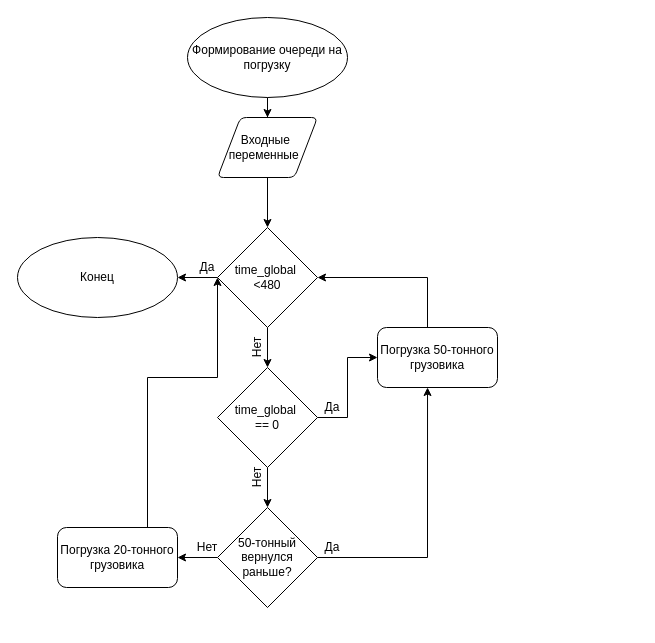
This is Untitled Diagram.drawio from monsegard/praktik, a draw.io file, before an edit. Source tidied: cells renumbered, new cells numbered last; positions are measured from the earlier drawing's top-left corner, leaving out a move shared by most shapes. Both pictures are drawn from the tidied source at 100%, with x=0, y=0 at pixel (17, 17).
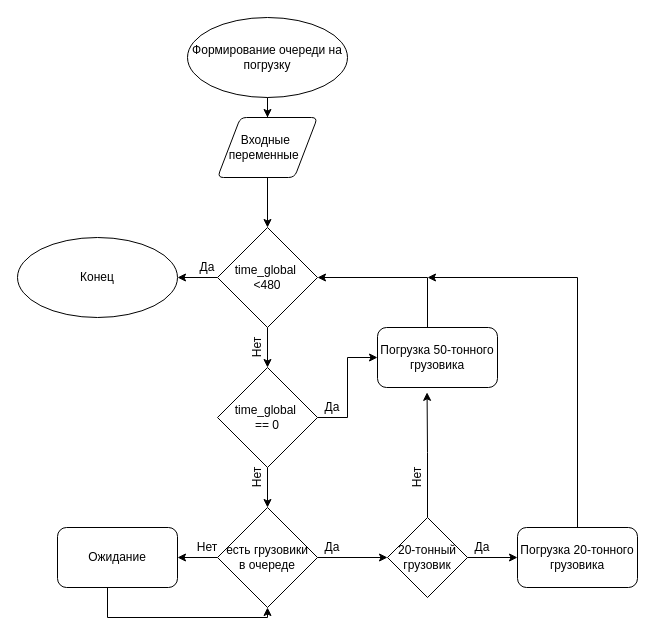
The same page after the edit.

Unchanged cells that the change refers to:
```xml
<mxCell id="9" value="Да" style="text;html=1;strokeColor=none;fillColor=none;align=center;verticalAlign=middle;whiteSpace=wrap;rounded=0;" parent="1" vertex="1">
  <mxGeometry x="170" y="240" width="40" height="20" as="geometry" />
</mxCell>
<mxCell id="15" value="Погрузка 50-тонного грузовика" style="rounded=1;whiteSpace=wrap;html=1;" parent="1" vertex="1">
  <mxGeometry x="360" y="310" width="120" height="60" as="geometry" />
</mxCell>
```

What changed in the source:
```diff
@@
-    <mxCell id="18" style="edgeStyle=orthogonalEdgeStyle;rounded=0;jettySize=auto;html=1;entryX=0.417;entryY=1;entryDx=0;entryDy=0;entryPerimeter=0;" parent="1" edge="1" source="20" target="15">
-      <mxGeometry relative="1" as="geometry" />
-    </mxCell>
@@
+    <mxCell id="26" style="edgeStyle=orthogonalEdgeStyle;rounded=0;jettySize=auto;html=1;entryX=0;entryY=0.5;entryDx=0;entryDy=0;" parent="1" edge="1" source="20" target="30">
+      <mxGeometry relative="1" as="geometry" />
+    </mxCell>
-    <mxCell id="20" value="50-тонный вернулся раньше?" style="strokeWidth=1;html=1;shape=mxgraph.flowchart.decision;whiteSpace=wrap;shadow=0;sketch=0;" parent="1" vertex="1">
+    <mxCell id="20" value="есть грузовики&lt;br&gt;в очереде" style="strokeWidth=1;html=1;shape=mxgraph.flowchart.decision;whiteSpace=wrap;shadow=0;sketch=0;" parent="1" vertex="1">
       <mxGeometry x="200" y="490" width="100" height="100" as="geometry" />
     </mxCell>
@@
-    <mxCell id="22" style="edgeStyle=orthogonalEdgeStyle;rounded=0;jettySize=auto;html=1;entryX=0.75;entryY=1;entryDx=0;entryDy=0;" parent="1" edge="1" source="23" target="9">
-      <mxGeometry relative="1" as="geometry">
-        <Array as="points">
-          <mxPoint x="130" y="360" />
-          <mxPoint x="200" y="360" />
-        </Array>
-      </mxGeometry>
-    </mxCell>
+    <mxCell id="27" style="edgeStyle=orthogonalEdgeStyle;rounded=0;jettySize=auto;html=1;entryX=0.5;entryY=1;entryDx=0;entryDy=0;entryPerimeter=0;" parent="1" edge="1" source="23" target="20">
+      <mxGeometry relative="1" as="geometry">
+        <Array as="points">
+          <mxPoint x="90" y="600" />
+          <mxPoint x="250" y="600" />
+        </Array>
+      </mxGeometry>
+    </mxCell>
-    <mxCell id="23" value="Погрузка 20-тонного&lt;br&gt;грузовика" style="rounded=1;whiteSpace=wrap;html=1;" parent="1" vertex="1">
+    <mxCell id="23" value="Ожидание" style="rounded=1;whiteSpace=wrap;html=1;" parent="1" vertex="1">
       <mxGeometry x="40" y="510" width="120" height="60" as="geometry" />
     </mxCell>
@@
+    <mxCell id="28" style="edgeStyle=orthogonalEdgeStyle;rounded=0;jettySize=auto;html=1;entryX=0;entryY=0.5;entryDx=0;entryDy=0;" parent="1" edge="1" source="30" target="34">
+      <mxGeometry relative="1" as="geometry" />
+    </mxCell>
+    <mxCell id="29" style="edgeStyle=orthogonalEdgeStyle;rounded=0;jettySize=auto;html=1;entryX=0.413;entryY=1.081;entryDx=0;entryDy=0;entryPerimeter=0;" parent="1" edge="1" source="30" target="15">
+      <mxGeometry relative="1" as="geometry" />
+    </mxCell>
+    <mxCell id="30" value="20-тонный&lt;br&gt;грузовик" style="rhombus;whiteSpace=wrap;html=1;shadow=0;sketch=0;strokeColor=#000000;strokeWidth=1;fillColor=#ffffff;" parent="1" vertex="1">
+      <mxGeometry x="370" y="500" width="80" height="80" as="geometry" />
+    </mxCell>
+    <mxCell id="31" value="Нет" style="text;html=1;strokeColor=none;fillColor=none;align=center;verticalAlign=middle;whiteSpace=wrap;rounded=0;rotation=-90;" parent="1" vertex="1">
+      <mxGeometry x="380" y="450" width="40" height="20" as="geometry" />
+    </mxCell>
+    <mxCell id="32" value="Да" style="text;html=1;strokeColor=none;fillColor=none;align=center;verticalAlign=middle;whiteSpace=wrap;rounded=0;" parent="1" vertex="1">
+      <mxGeometry x="450" y="520" width="30" height="20" as="geometry" />
+    </mxCell>
+    <mxCell id="33" style="edgeStyle=orthogonalEdgeStyle;rounded=0;jettySize=auto;html=1;exitX=0.5;exitY=0;exitDx=0;exitDy=0;" parent="1" edge="1" source="34">
+      <mxGeometry relative="1" as="geometry">
+        <mxPoint x="410" y="260" as="targetPoint" />
+        <Array as="points">
+          <mxPoint x="560" y="260" />
+        </Array>
+      </mxGeometry>
+    </mxCell>
+    <mxCell id="34" value="Погрузка 20-тонного грузовика" style="rounded=1;whiteSpace=wrap;html=1;" parent="1" vertex="1">
+      <mxGeometry x="500" y="510" width="120" height="60" as="geometry" />
+    </mxCell>
```
